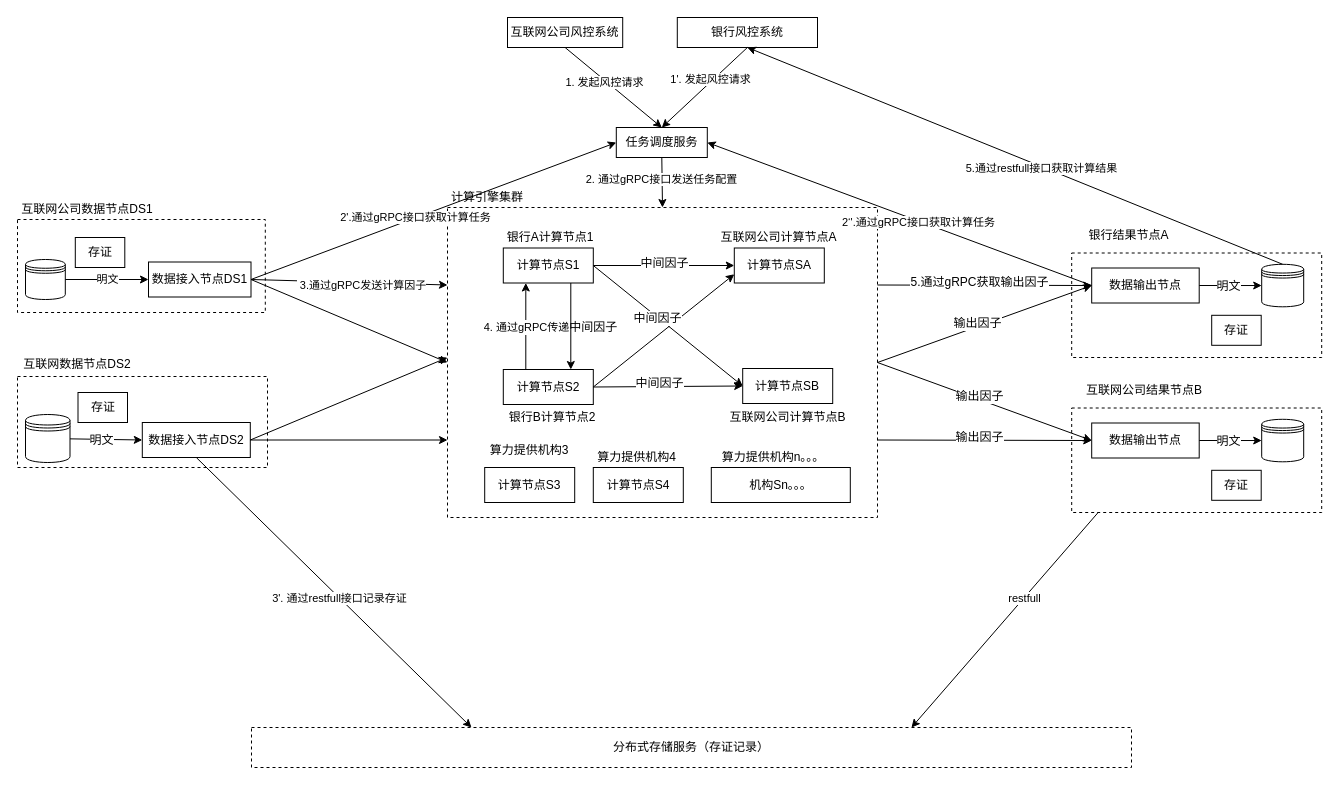
Before: lianhefengkong.drawio in yankaili2006/drawing_io, a draw.io diagram. Source tidied: cells renumbered, new cells numbered last; positions are measured from the earlier drawing's top-left corner, leaving out a move shared by most shapes. Both pictures are drawn from the tidied source at 100%, with x=0, y=0 at pixel (17, 17).
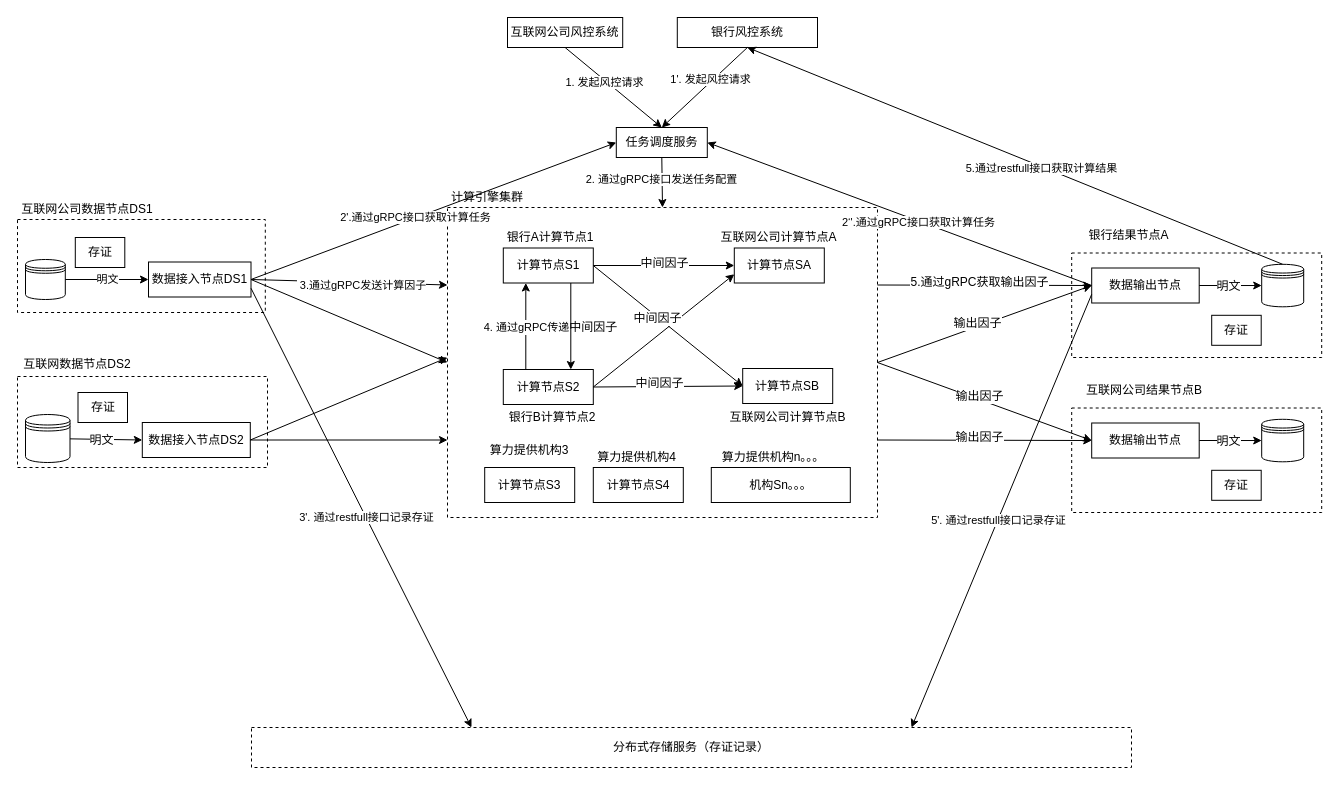
After the change.

The change refers to these unchanged cells:
```xml
<mxCell id="7" value="数据接入节点DS2" style="rounded=0;whiteSpace=wrap;html=1;" parent="1" vertex="1">
  <mxGeometry x="124.8" y="405" width="108" height="35" as="geometry" />
</mxCell>
<mxCell id="37" value="数据接入节点DS1" style="rounded=0;whiteSpace=wrap;html=1;" parent="1" vertex="1">
  <mxGeometry x="131" y="244.5" width="102.5" height="35" as="geometry" />
</mxCell>
<mxCell id="42" value="数据输出节点" style="rounded=0;whiteSpace=wrap;html=1;" parent="1" vertex="1">
  <mxGeometry x="1074.2" y="250.5" width="107.5" height="35" as="geometry" />
</mxCell>
<mxCell id="48" value="分布式存储服务（存证记录）" style="rounded=0;whiteSpace=wrap;html=1;dashed=1;" parent="1" vertex="1">
  <mxGeometry x="234" y="710" width="880" height="40" as="geometry" />
</mxCell>
<mxCell id="64" value="数据输出节点" style="rounded=0;whiteSpace=wrap;html=1;" parent="1" vertex="1">
  <mxGeometry x="1074.2" y="405.5" width="107.5" height="35" as="geometry" />
</mxCell>
```

The edit, as a diff of the source:
```diff
@@
+    <mxCell id="63" style="rounded=0;whiteSpace=wrap;html=1;dashed=1;" parent="1" vertex="1">
+      <mxGeometry x="1054.2" y="390.5" width="250" height="104.5" as="geometry" />
+    </mxCell>
@@
-    <mxCell id="49" style="endArrow=classic;html=1;exitX=0.5;exitY=1;exitDx=0;exitDy=0;entryX=0.25;entryY=0;entryDx=0;entryDy=0;" parent="1" edge="1" source="7" target="48">
+    <mxCell id="49" style="endArrow=classic;html=1;exitX=1;exitY=0.75;exitDx=0;exitDy=0;entryX=0.25;entryY=0;entryDx=0;entryDy=0;" parent="1" edge="1" source="37" target="48">
       <mxGeometry relative="1" as="geometry" />
     </mxCell>
@@
-    <mxCell id="61" style="endArrow=classic;html=1;exitX=0.5;exitY=1;exitDx=0;exitDy=0;entryX=0.75;entryY=0;entryDx=0;entryDy=0;" parent="1" edge="1" source="64" target="48">
+    <mxCell id="61" style="endArrow=classic;html=1;exitX=0;exitY=0.75;exitDx=0;exitDy=0;entryX=0.75;entryY=0;entryDx=0;entryDy=0;" parent="1" edge="1" source="42" target="48">
       <mxGeometry relative="1" as="geometry" />
     </mxCell>
-    <mxCell id="62" value="restfull" style="edgeLabel;html=1;align=center;verticalAlign=middle;" parent="61" vertex="1">
+    <mxCell id="62" value="5'. 通过restfull接口记录存证" style="edgeLabel;html=1;align=center;verticalAlign=middle;" parent="61" vertex="1">
       <mxGeometry x="0.04" relative="1" as="geometry" />
     </mxCell>
-    <mxCell id="63" style="rounded=0;whiteSpace=wrap;html=1;dashed=1;" parent="1" vertex="1">
-      <mxGeometry x="1054.2" y="390.5" width="250" height="104.5" as="geometry" />
-    </mxCell>
```
